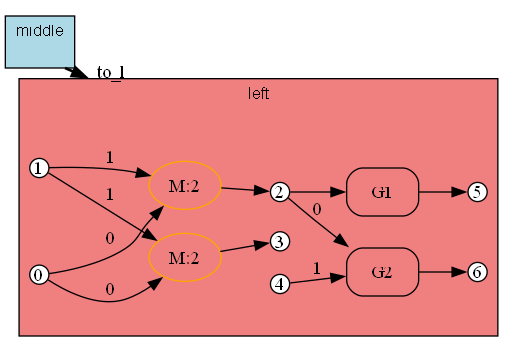
This is crates/bhyp/images/test_copy_subst_commute/path1_shared_span_for_substitution_to_l.png from ammatsui/bhypvis, a Graphviz export, as it was before one commit. Its source is kept beside it as crates/bhyp/images/test_copy_subst_commute/path1_shared_span_for_substitution_to_l.dot.
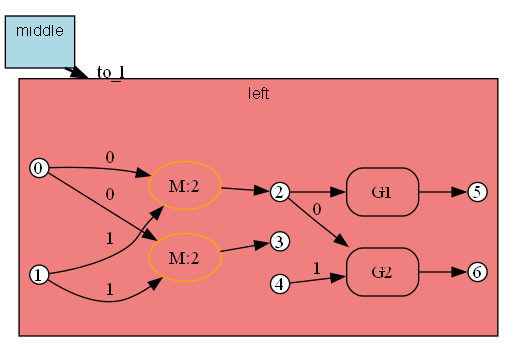
The same diagram one commit later.

Change to the diagram source:
```diff
@@ -22,25 +22,25 @@
     fontname="Helvetica";
     fontsize=12;
 
+    cod_n4 [label="4", shape=circle, style=filled, fillcolor=white, color="black", width=0.2, height=0.2, fixedsize=true];
+    cod_n3 [label="3", shape=circle, style=filled, fillcolor=white, color="black", width=0.2, height=0.2, fixedsize=true];
     cod_n5 [label="5", shape=circle, style=filled, fillcolor=white, color="black", width=0.2, height=0.2, fixedsize=true];
     cod_n6 [label="6", shape=circle, style=filled, fillcolor=white, color="black", width=0.2, height=0.2, fixedsize=true];
+    cod_n1 [label="1", shape=circle, style=filled, fillcolor=white, color="black", width=0.2, height=0.2, fixedsize=true];
     cod_n2 [label="2", shape=circle, style=filled, fillcolor=white, color="black", width=0.2, height=0.2, fixedsize=true];
-    cod_n4 [label="4", shape=circle, style=filled, fillcolor=white, color="black", width=0.2, height=0.2, fixedsize=true];
     cod_n0 [label="0", shape=circle, style=filled, fillcolor=white, color="black", width=0.2, height=0.2, fixedsize=true];
-    cod_n1 [label="1", shape=circle, style=filled, fillcolor=white, color="black", width=0.2, height=0.2, fixedsize=true];
-    cod_n3 [label="3", shape=circle, style=filled, fillcolor=white, color="black", width=0.2, height=0.2, fixedsize=true];
     cod_e1 [label="M:2", shape=ellipse, style=rounded, color="orange"];
+    cod_e0 [label="M:2", shape=ellipse, style=rounded, color="orange"];
     cod_e3 [label="G1", shape=box, style=rounded, color="black"];
-    cod_e0 [label="M:2", shape=ellipse, style=rounded, color="orange"];
     cod_e2 [label="G2", shape=box, style=rounded, color="black"];
     cod_n0 -> cod_e1 [label="0"];
     cod_n1 -> cod_e1 [label="1"];
     cod_e1 -> cod_n3 [label=""];
-    cod_n2 -> cod_e3 [label=""];
-    cod_e3 -> cod_n5 [label=""];
     cod_n0 -> cod_e0 [label="0"];
     cod_n1 -> cod_e0 [label="1"];
     cod_e0 -> cod_n2 [label=""];
+    cod_n2 -> cod_e3 [label=""];
+    cod_e3 -> cod_n5 [label=""];
     cod_n2 -> cod_e2 [label="0"];
     cod_n4 -> cod_e2 [label="1"];
     cod_e2 -> cod_n6 [label=""];
```
